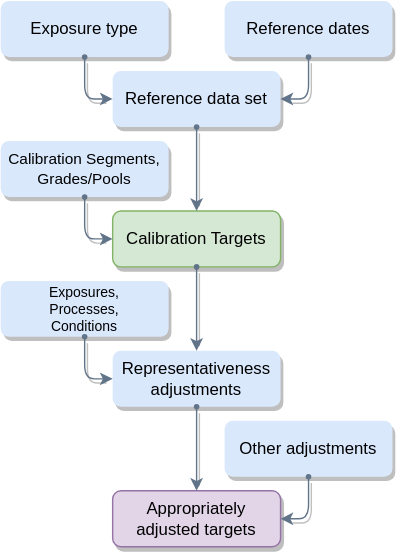
Above: media/risk_quantification.drawio.svg in bergberg/eduquant-courses (draw.io), before the change. Source tidied: cells renumbered, new cells last; positions are measured from the earlier drawing's top-left corner, leaving out a move shared by most shapes. Its diagram source:
```xml
<mxGraphModel>
  <root>
    <mxCell id="0" />
    <mxCell id="1" parent="0" />
    <mxCell id="2" value="Exposure type" style="whiteSpace=wrap;html=1;shadow=1;fontFamily=Helvetica;fontStyle=0;strokeColor=none;fillColor=#dae8fc;spacing=0;spacingTop=0;spacingLeft=4;spacingRight=4;rounded=1;glass=0;enumerate=0;imageHeight=24;" parent="1" vertex="1">
      <mxGeometry width="120" height="40" as="geometry" />
    </mxCell>
    <mxCell id="3" value="Reference dates" style="whiteSpace=wrap;html=1;shadow=1;fontFamily=Helvetica;fontStyle=0;strokeColor=none;fillColor=#dae8fc;spacing=0;spacingTop=0;spacingLeft=4;spacingRight=4;rounded=1;glass=0;enumerate=0;imageHeight=24;" parent="1" vertex="1">
      <mxGeometry x="160" width="120" height="40" as="geometry" />
    </mxCell>
    <mxCell id="4" value="Reference data set" style="whiteSpace=wrap;html=1;shadow=1;fontFamily=Helvetica;fontStyle=0;strokeColor=none;fillColor=#dae8fc;spacing=0;spacingTop=0;spacingLeft=4;spacingRight=4;rounded=1;glass=0;enumerate=0;imageHeight=24;" parent="1" vertex="1">
      <mxGeometry x="80" y="50" width="120" height="40" as="geometry" />
    </mxCell>
    <mxCell id="5" value="Representativeness adjustments" style="whiteSpace=wrap;html=1;shadow=1;fontFamily=Helvetica;fontStyle=0;strokeColor=none;fillColor=#dae8fc;spacing=0;spacingTop=0;spacingLeft=4;spacingRight=4;rounded=1;glass=0;enumerate=0;imageHeight=24;" parent="1" vertex="1">
      <mxGeometry x="80" y="250" width="120" height="40" as="geometry" />
    </mxCell>
    <mxCell id="6" value="Calibration Targets" style="whiteSpace=wrap;html=1;shadow=1;fontFamily=Helvetica;fontStyle=0;strokeColor=#82b366;fillColor=#d5e8d4;spacing=0;spacingTop=0;spacingLeft=4;spacingRight=4;rounded=1;glass=0;enumerate=0;imageHeight=24;" parent="1" vertex="1">
      <mxGeometry x="80" y="150" width="120" height="40" as="geometry" />
    </mxCell>
    <mxCell id="7" value="Appropriately adjusted targets" style="whiteSpace=wrap;html=1;shadow=1;fontFamily=Helvetica;fontStyle=0;strokeColor=#9673a6;fillColor=#e1d5e7;spacing=0;spacingTop=0;spacingLeft=4;spacingRight=4;rounded=1;glass=0;enumerate=0;imageHeight=24;" parent="1" vertex="1">
      <mxGeometry x="80" y="350" width="120" height="40" as="geometry" />
    </mxCell>
    <mxCell id="8" value="Calibration Segments, Grades/Pools" style="whiteSpace=wrap;html=1;shadow=1;fontFamily=Helvetica;fontStyle=0;strokeColor=none;fillColor=#dae8fc;spacing=0;spacingTop=0;spacingLeft=4;spacingRight=4;rounded=1;glass=0;enumerate=0;imageHeight=24;fontSize=11;" parent="1" vertex="1">
      <mxGeometry y="100" width="120" height="40" as="geometry" />
    </mxCell>
    <mxCell id="9" value="Exposures, Processes, Conditions" style="whiteSpace=wrap;html=1;shadow=1;fontFamily=Helvetica;fontStyle=0;strokeColor=none;fillColor=#dae8fc;spacing=9;spacingTop=0;spacingLeft=4;spacingRight=4;rounded=1;glass=0;enumerate=0;imageHeight=24;fontSize=10;" parent="1" vertex="1">
      <mxGeometry y="200" width="120" height="40" as="geometry" />
    </mxCell>
    <mxCell id="10" value="Other adjustments" style="whiteSpace=wrap;html=1;shadow=1;fontFamily=Helvetica;fontStyle=0;strokeColor=none;fillColor=#dae8fc;spacing=0;spacingTop=0;spacingLeft=4;spacingRight=4;rounded=1;glass=0;enumerate=0;imageHeight=24;" parent="1" vertex="1">
      <mxGeometry x="160" y="300" width="120" height="40" as="geometry" />
    </mxCell>
    <mxCell id="11" style="edgeStyle=orthogonalEdgeStyle;shape=connector;rounded=1;comic=0;html=1;entryX=0;entryY=0.5;entryDx=0;entryDy=0;shadow=1;labelBackgroundColor=none;fontFamily=Helvetica;fontSize=12;fontColor=none;startArrow=oval;startFill=1;endArrow=classic;endFill=1;startSize=3;strokeColor=#617489;strokeWidth=1;" parent="1" edge="1" source="2" target="4">
      <mxGeometry relative="1" as="geometry" />
    </mxCell>
    <mxCell id="12" style="edgeStyle=orthogonalEdgeStyle;shape=connector;rounded=1;comic=0;html=1;entryX=1;entryY=0.5;entryDx=0;entryDy=0;shadow=1;labelBackgroundColor=none;fontFamily=Helvetica;fontSize=12;fontColor=none;startArrow=oval;startFill=1;endArrow=classic;endFill=1;startSize=3;strokeColor=#617489;strokeWidth=1;" parent="1" edge="1" source="3" target="4">
      <mxGeometry relative="1" as="geometry" />
    </mxCell>
    <mxCell id="13" style="edgeStyle=orthogonalEdgeStyle;shape=connector;rounded=1;comic=0;html=1;shadow=1;labelBackgroundColor=none;fontFamily=Helvetica;fontSize=12;fontColor=none;startArrow=oval;startFill=1;endArrow=classic;endFill=1;startSize=3;strokeColor=#617489;strokeWidth=1;" parent="1" edge="1" source="5" target="7">
      <mxGeometry relative="1" as="geometry" />
    </mxCell>
    <mxCell id="14" style="edgeStyle=orthogonalEdgeStyle;shape=connector;rounded=1;comic=0;html=1;shadow=1;labelBackgroundColor=none;fontFamily=Helvetica;fontSize=12;fontColor=none;startArrow=oval;startFill=1;endArrow=classic;endFill=1;startSize=3;strokeColor=#617489;strokeWidth=1;entryX=0;entryY=0.5;entryDx=0;entryDy=0;" parent="1" edge="1" source="9" target="5">
      <mxGeometry relative="1" as="geometry" />
    </mxCell>
    <mxCell id="15" style="edgeStyle=orthogonalEdgeStyle;shape=connector;rounded=1;comic=0;html=1;shadow=1;labelBackgroundColor=none;fontFamily=Helvetica;fontSize=12;fontColor=none;startArrow=oval;startFill=1;endArrow=classic;endFill=1;startSize=3;strokeColor=#617489;strokeWidth=1;" parent="1" edge="1" source="6" target="5">
      <mxGeometry relative="1" as="geometry" />
    </mxCell>
    <mxCell id="16" style="edgeStyle=orthogonalEdgeStyle;shape=connector;rounded=1;comic=0;html=1;shadow=1;labelBackgroundColor=none;fontFamily=Helvetica;fontSize=12;fontColor=none;startArrow=oval;startFill=1;endArrow=classic;endFill=1;startSize=3;strokeColor=#617489;strokeWidth=1;entryX=0;entryY=0.5;entryDx=0;entryDy=0;" parent="1" edge="1" source="8" target="6">
      <mxGeometry relative="1" as="geometry" />
    </mxCell>
    <mxCell id="17" style="edgeStyle=none;html=1;fontFamily=Helvetica;labelBackgroundColor=none;fontSize=12;strokeColor=#617489;fontColor=none;comic=0;shadow=1;startArrow=oval;startFill=1;endFill=1;startSize=3;strokeWidth=1;" parent="1" edge="1" source="4" target="6">
      <mxGeometry relative="1" as="geometry" />
    </mxCell>
    <mxCell id="18" style="edgeStyle=orthogonalEdgeStyle;shape=connector;rounded=1;comic=0;html=1;shadow=1;labelBackgroundColor=none;fontFamily=Helvetica;fontSize=12;fontColor=none;startArrow=oval;startFill=1;endArrow=classic;endFill=1;startSize=3;strokeColor=#617489;strokeWidth=1;entryX=1;entryY=0.5;entryDx=0;entryDy=0;" parent="1" edge="1" source="10" target="7">
      <mxGeometry relative="1" as="geometry" />
    </mxCell>
  </root>
</mxGraphModel>
```
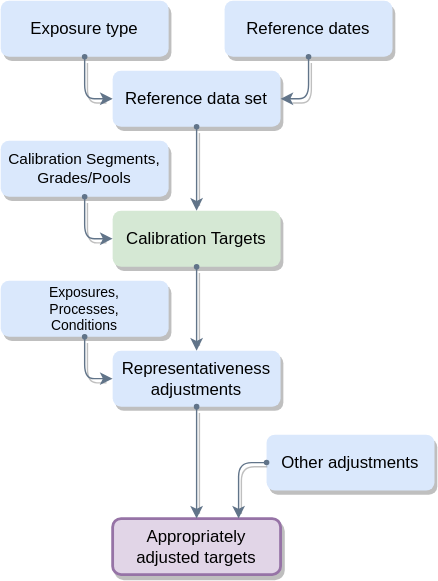
Later version of the same file.

The edit, as a diff of the source:
```diff
@@ -14,11 +14,11 @@
     <mxCell id="5" value="Representativeness adjustments" style="whiteSpace=wrap;html=1;shadow=1;fontFamily=Helvetica;fontStyle=0;strokeColor=none;fillColor=#dae8fc;spacing=0;spacingTop=0;spacingLeft=4;spacingRight=4;rounded=1;glass=0;enumerate=0;imageHeight=24;" parent="1" vertex="1">
       <mxGeometry x="80" y="250" width="120" height="40" as="geometry" />
     </mxCell>
-    <mxCell id="6" value="Calibration Targets" style="whiteSpace=wrap;html=1;shadow=1;fontFamily=Helvetica;fontStyle=0;strokeColor=#82b366;fillColor=#d5e8d4;spacing=0;spacingTop=0;spacingLeft=4;spacingRight=4;rounded=1;glass=0;enumerate=0;imageHeight=24;" parent="1" vertex="1">
+    <mxCell id="6" value="Calibration Targets" style="whiteSpace=wrap;html=1;shadow=1;fontFamily=Helvetica;fontStyle=0;strokeColor=none;fillColor=#d5e8d4;spacing=0;spacingTop=0;spacingLeft=4;spacingRight=4;rounded=1;glass=0;enumerate=0;imageHeight=24;" parent="1" vertex="1">
       <mxGeometry x="80" y="150" width="120" height="40" as="geometry" />
     </mxCell>
-    <mxCell id="7" value="Appropriately adjusted targets" style="whiteSpace=wrap;html=1;shadow=1;fontFamily=Helvetica;fontStyle=0;strokeColor=#9673a6;fillColor=#e1d5e7;spacing=0;spacingTop=0;spacingLeft=4;spacingRight=4;rounded=1;glass=0;enumerate=0;imageHeight=24;" parent="1" vertex="1">
-      <mxGeometry x="80" y="350" width="120" height="40" as="geometry" />
+    <mxCell id="7" value="Appropriately adjusted targets" style="whiteSpace=wrap;html=1;shadow=1;fontFamily=Helvetica;fontStyle=0;strokeColor=#9673a6;fillColor=#e1d5e7;spacing=0;spacingTop=0;spacingLeft=4;spacingRight=4;rounded=1;glass=0;enumerate=0;imageHeight=24;strokeWidth=2;" parent="1" vertex="1">
+      <mxGeometry x="80" y="370" width="120" height="40" as="geometry" />
     </mxCell>
     <mxCell id="8" value="Calibration Segments, Grades/Pools" style="whiteSpace=wrap;html=1;shadow=1;fontFamily=Helvetica;fontStyle=0;strokeColor=none;fillColor=#dae8fc;spacing=0;spacingTop=0;spacingLeft=4;spacingRight=4;rounded=1;glass=0;enumerate=0;imageHeight=24;fontSize=11;" parent="1" vertex="1">
       <mxGeometry y="100" width="120" height="40" as="geometry" />
@@ -27,7 +27,7 @@
       <mxGeometry y="200" width="120" height="40" as="geometry" />
     </mxCell>
     <mxCell id="10" value="Other adjustments" style="whiteSpace=wrap;html=1;shadow=1;fontFamily=Helvetica;fontStyle=0;strokeColor=none;fillColor=#dae8fc;spacing=0;spacingTop=0;spacingLeft=4;spacingRight=4;rounded=1;glass=0;enumerate=0;imageHeight=24;" parent="1" vertex="1">
-      <mxGeometry x="160" y="300" width="120" height="40" as="geometry" />
+      <mxGeometry x="190" y="310" width="120" height="40" as="geometry" />
     </mxCell>
     <mxCell id="11" style="edgeStyle=orthogonalEdgeStyle;shape=connector;rounded=1;comic=0;html=1;entryX=0;entryY=0.5;entryDx=0;entryDy=0;shadow=1;labelBackgroundColor=none;fontFamily=Helvetica;fontSize=12;fontColor=none;startArrow=oval;startFill=1;endArrow=classic;endFill=1;startSize=3;strokeColor=#617489;strokeWidth=1;" parent="1" edge="1" source="2" target="4">
       <mxGeometry relative="1" as="geometry" />
@@ -50,7 +50,7 @@
     <mxCell id="17" style="edgeStyle=none;html=1;fontFamily=Helvetica;labelBackgroundColor=none;fontSize=12;strokeColor=#617489;fontColor=none;comic=0;shadow=1;startArrow=oval;startFill=1;endFill=1;startSize=3;strokeWidth=1;" parent="1" edge="1" source="4" target="6">
       <mxGeometry relative="1" as="geometry" />
     </mxCell>
-    <mxCell id="18" style="edgeStyle=orthogonalEdgeStyle;shape=connector;rounded=1;comic=0;html=1;shadow=1;labelBackgroundColor=none;fontFamily=Helvetica;fontSize=12;fontColor=none;startArrow=oval;startFill=1;endArrow=classic;endFill=1;startSize=3;strokeColor=#617489;strokeWidth=1;entryX=1;entryY=0.5;entryDx=0;entryDy=0;" parent="1" edge="1" source="10" target="7">
+    <mxCell id="18" style="edgeStyle=orthogonalEdgeStyle;shape=connector;rounded=1;comic=0;html=1;shadow=1;labelBackgroundColor=none;fontFamily=Helvetica;fontSize=12;fontColor=none;startArrow=oval;startFill=1;endArrow=classic;endFill=1;startSize=3;strokeColor=#617489;strokeWidth=1;entryX=0.75;entryY=0;entryDx=0;entryDy=0;exitX=0;exitY=0.5;exitDx=0;exitDy=0;" parent="1" edge="1" source="10" target="7">
       <mxGeometry relative="1" as="geometry" />
     </mxCell>
   </root>
```
